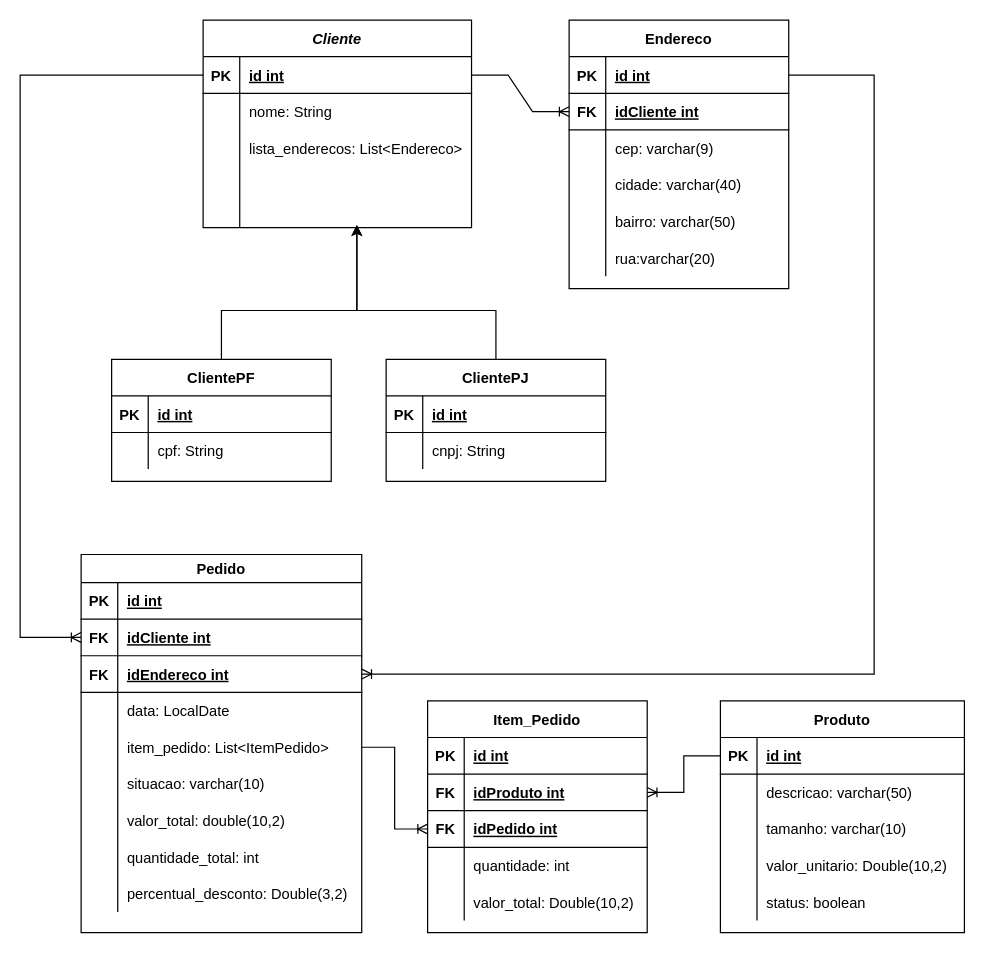
Earlier version of the draw.io diagram outros-documentos/mer_atualizado.drawio (ambrosiaandrade/proway-vissemodas). Source tidied: cells renumbered, new cells numbered last; positions are measured from the earlier drawing's top-left corner, leaving out a move shared by most shapes. Both pictures are drawn from the tidied source at 122%, with x=0, y=0 at pixel (20, 20).
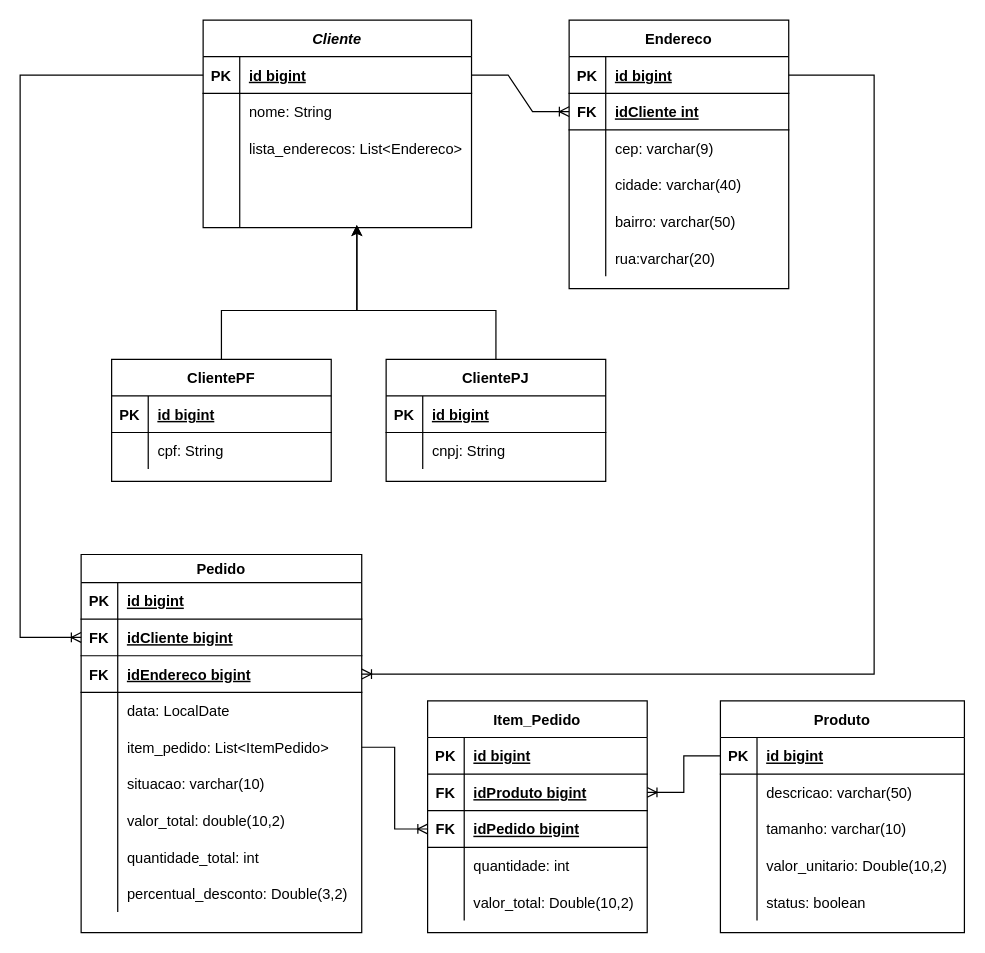
The same page after the edit.

Unchanged cells that the change refers to:
```xml
<mxCell id="3" style="shape=partialRectangle;fillColor=none;top=0;left=0;bottom=1;right=0;points=[[0,0.5],[1,0.5]];portConstraint=eastwest;" parent="2" vertex="1">
  <mxGeometry y="30" width="200" height="30" as="geometry" />
</mxCell>
<mxCell id="19" style="shape=partialRectangle;fillColor=none;top=0;left=0;bottom=1;right=0;" parent="18" vertex="1">
  <mxGeometry y="23" width="230" height="30" as="geometry" />
</mxCell>
<mxCell id="22" style="shape=partialRectangle;fillColor=none;top=0;left=0;bottom=1;right=0;points=[[0,0.5],[1,0.5]];portConstraint=eastwest;" parent="18" vertex="1">
  <mxGeometry y="53" width="230" height="30" as="geometry" />
</mxCell>
<mxCell id="25" style="shape=partialRectangle;fillColor=none;top=0;left=0;bottom=1;right=0;points=[[0,0.5],[1,0.5]];portConstraint=eastwest;" parent="18" vertex="1">
  <mxGeometry y="83" width="230" height="30" as="geometry" />
</mxCell>
<mxCell id="47" style="shape=partialRectangle;fillColor=none;top=0;left=0;bottom=1;right=0;" parent="46" vertex="1">
  <mxGeometry y="30" width="180" height="30" as="geometry" />
</mxCell>
<mxCell id="50" style="shape=partialRectangle;fillColor=none;top=0;left=0;bottom=1;right=0;points=[[0,0.5],[1,0.5]];portConstraint=eastwest;" parent="46" vertex="1">
  <mxGeometry y="60" width="180" height="30" as="geometry" />
</mxCell>
<mxCell id="53" style="shape=partialRectangle;fillColor=none;top=0;left=0;bottom=1;right=0;points=[[0,0.5],[1,0.5]];portConstraint=eastwest;" parent="46" vertex="1">
  <mxGeometry y="90" width="180" height="30" as="geometry" />
</mxCell>
<mxCell id="63" style="shape=partialRectangle;fillColor=none;top=0;left=0;bottom=1;right=0;points=[[0,0.5],[1,0.5]];portConstraint=eastwest;" parent="62" vertex="1">
  <mxGeometry y="30" width="180" height="30" as="geometry" />
</mxCell>
<mxCell id="82" style="shape=partialRectangle;fillColor=none;top=0;left=0;bottom=1;right=0;points=[[0,0.5],[1,0.5]];portConstraint=eastwest;" parent="81" vertex="1">
  <mxGeometry y="30" width="220" height="30" as="geometry" />
</mxCell>
<mxCell id="100" style="shape=partialRectangle;fillColor=none;top=0;left=0;bottom=1;right=0;" parent="99" vertex="1">
  <mxGeometry y="30" width="180" height="30" as="geometry" />
</mxCell>
<mxCell id="107" style="shape=partialRectangle;fillColor=none;top=0;left=0;bottom=1;right=0;" parent="106" vertex="1">
  <mxGeometry y="30" width="180" height="30" as="geometry" />
</mxCell>
```

The edit, as a diff of the source:
```diff
@@
-    <mxCell id="5" value="id int" style="shape=partialRectangle;fillColor=none;top=0;left=0;bottom=0;right=0;align=left;spacingLeft=6;fontStyle=5;overflow=hidden;" parent="3" vertex="1">
+    <mxCell id="5" value="id bigint" style="shape=partialRectangle;fillColor=none;top=0;left=0;bottom=0;right=0;align=left;spacingLeft=6;fontStyle=5;overflow=hidden;" parent="3" vertex="1">
       <mxGeometry x="30" width="170" height="30" as="geometry" />
     </mxCell>
@@
-    <mxCell id="21" value="id int" style="shape=partialRectangle;fillColor=none;top=0;left=0;bottom=0;right=0;align=left;spacingLeft=6;fontStyle=5;overflow=hidden;" parent="19" vertex="1">
+    <mxCell id="21" value="id bigint" style="shape=partialRectangle;fillColor=none;top=0;left=0;bottom=0;right=0;align=left;spacingLeft=6;fontStyle=5;overflow=hidden;" parent="19" vertex="1">
       <mxGeometry x="30" width="200" height="30" as="geometry" />
     </mxCell>
@@
-    <mxCell id="24" value="idCliente int" style="shape=partialRectangle;fillColor=none;top=0;left=0;bottom=0;right=0;align=left;spacingLeft=6;fontStyle=5;overflow=hidden;" parent="22" vertex="1">
+    <mxCell id="24" value="idCliente bigint" style="shape=partialRectangle;fillColor=none;top=0;left=0;bottom=0;right=0;align=left;spacingLeft=6;fontStyle=5;overflow=hidden;" parent="22" vertex="1">
       <mxGeometry x="30" width="200" height="30" as="geometry" />
     </mxCell>
@@
-    <mxCell id="27" value="idEndereco int" style="shape=partialRectangle;fillColor=none;top=0;left=0;bottom=0;right=0;align=left;spacingLeft=6;fontStyle=5;overflow=hidden;" parent="25" vertex="1">
+    <mxCell id="27" value="idEndereco bigint" style="shape=partialRectangle;fillColor=none;top=0;left=0;bottom=0;right=0;align=left;spacingLeft=6;fontStyle=5;overflow=hidden;" parent="25" vertex="1">
       <mxGeometry x="30" width="200" height="30" as="geometry" />
     </mxCell>
@@
-    <mxCell id="49" value="id int" style="shape=partialRectangle;fillColor=none;top=0;left=0;bottom=0;right=0;align=left;spacingLeft=6;fontStyle=5;overflow=hidden;" parent="47" vertex="1">
+    <mxCell id="49" value="id bigint" style="shape=partialRectangle;fillColor=none;top=0;left=0;bottom=0;right=0;align=left;spacingLeft=6;fontStyle=5;overflow=hidden;" parent="47" vertex="1">
       <mxGeometry x="30" width="150" height="30" as="geometry" />
     </mxCell>
@@
-    <mxCell id="52" value="idProduto int" style="shape=partialRectangle;fillColor=none;top=0;left=0;bottom=0;right=0;align=left;spacingLeft=6;fontStyle=5;overflow=hidden;" parent="50" vertex="1">
+    <mxCell id="52" value="idProduto bigint" style="shape=partialRectangle;fillColor=none;top=0;left=0;bottom=0;right=0;align=left;spacingLeft=6;fontStyle=5;overflow=hidden;" parent="50" vertex="1">
       <mxGeometry x="30" width="150" height="30" as="geometry" />
     </mxCell>
@@
-    <mxCell id="55" value="idPedido int" style="shape=partialRectangle;fillColor=none;top=0;left=0;bottom=0;right=0;align=left;spacingLeft=6;fontStyle=5;overflow=hidden;" parent="53" vertex="1">
+    <mxCell id="55" value="idPedido bigint" style="shape=partialRectangle;fillColor=none;top=0;left=0;bottom=0;right=0;align=left;spacingLeft=6;fontStyle=5;overflow=hidden;" parent="53" vertex="1">
       <mxGeometry x="30" width="150" height="30" as="geometry" />
     </mxCell>
@@
-    <mxCell id="65" value="id int" style="shape=partialRectangle;fillColor=none;top=0;left=0;bottom=0;right=0;align=left;spacingLeft=6;fontStyle=5;overflow=hidden;" parent="63" vertex="1">
+    <mxCell id="65" value="id bigint" style="shape=partialRectangle;fillColor=none;top=0;left=0;bottom=0;right=0;align=left;spacingLeft=6;fontStyle=5;overflow=hidden;" parent="63" vertex="1">
       <mxGeometry x="30" width="150" height="30" as="geometry" />
     </mxCell>
@@
-    <mxCell id="84" value="id int" style="shape=partialRectangle;fillColor=none;top=0;left=0;bottom=0;right=0;align=left;spacingLeft=6;fontStyle=5;overflow=hidden;" parent="82" vertex="1">
+    <mxCell id="84" value="id bigint" style="shape=partialRectangle;fillColor=none;top=0;left=0;bottom=0;right=0;align=left;spacingLeft=6;fontStyle=5;overflow=hidden;" parent="82" vertex="1">
       <mxGeometry x="30" width="190" height="30" as="geometry" />
     </mxCell>
@@
-    <mxCell id="102" value="id int" style="shape=partialRectangle;fillColor=none;top=0;left=0;bottom=0;right=0;align=left;spacingLeft=6;fontStyle=5;overflow=hidden;" parent="100" vertex="1">
+    <mxCell id="102" value="id bigint" style="shape=partialRectangle;fillColor=none;top=0;left=0;bottom=0;right=0;align=left;spacingLeft=6;fontStyle=5;overflow=hidden;" parent="100" vertex="1">
       <mxGeometry x="30" width="150" height="30" as="geometry" />
     </mxCell>
@@
-    <mxCell id="109" value="id int" style="shape=partialRectangle;fillColor=none;top=0;left=0;bottom=0;right=0;align=left;spacingLeft=6;fontStyle=5;overflow=hidden;" parent="107" vertex="1">
+    <mxCell id="109" value="id bigint" style="shape=partialRectangle;fillColor=none;top=0;left=0;bottom=0;right=0;align=left;spacingLeft=6;fontStyle=5;overflow=hidden;" parent="107" vertex="1">
       <mxGeometry x="30" width="150" height="30" as="geometry" />
     </mxCell>
```
